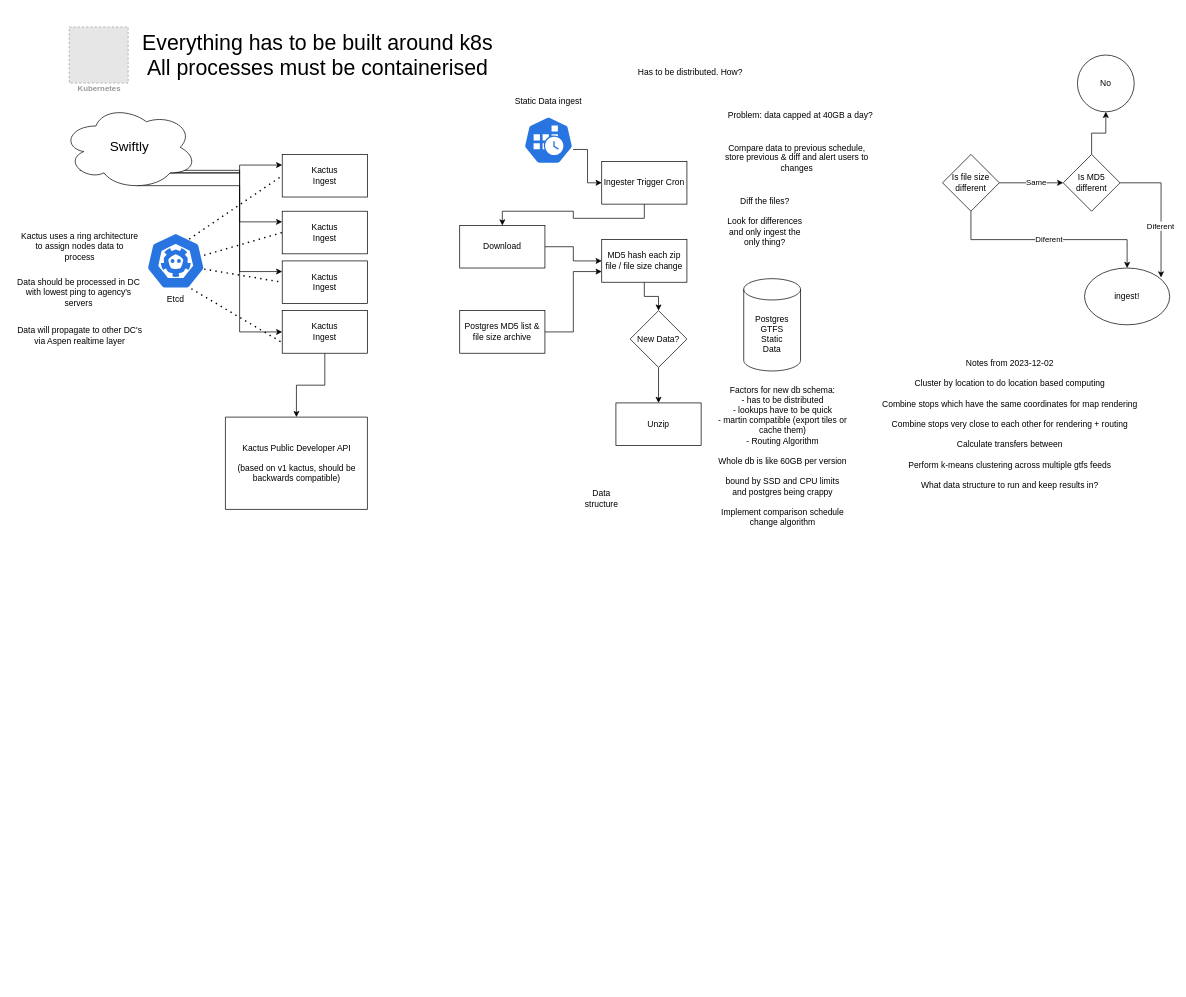
CatenaryMaps/documentation keeps this draw.io diagram as diagrams/New Catenary Architecture.drawio. Above is the earlier version. Source tidied: cells renumbered, new cells numbered last; positions are measured from the earlier drawing's top-left corner, leaving out a move shared by most shapes. Both pictures are drawn from the tidied source at 71%, with x=0, y=0 at pixel (12, 12). Pictures stored in the file or linked from it are replaced by grey dashed boxes.
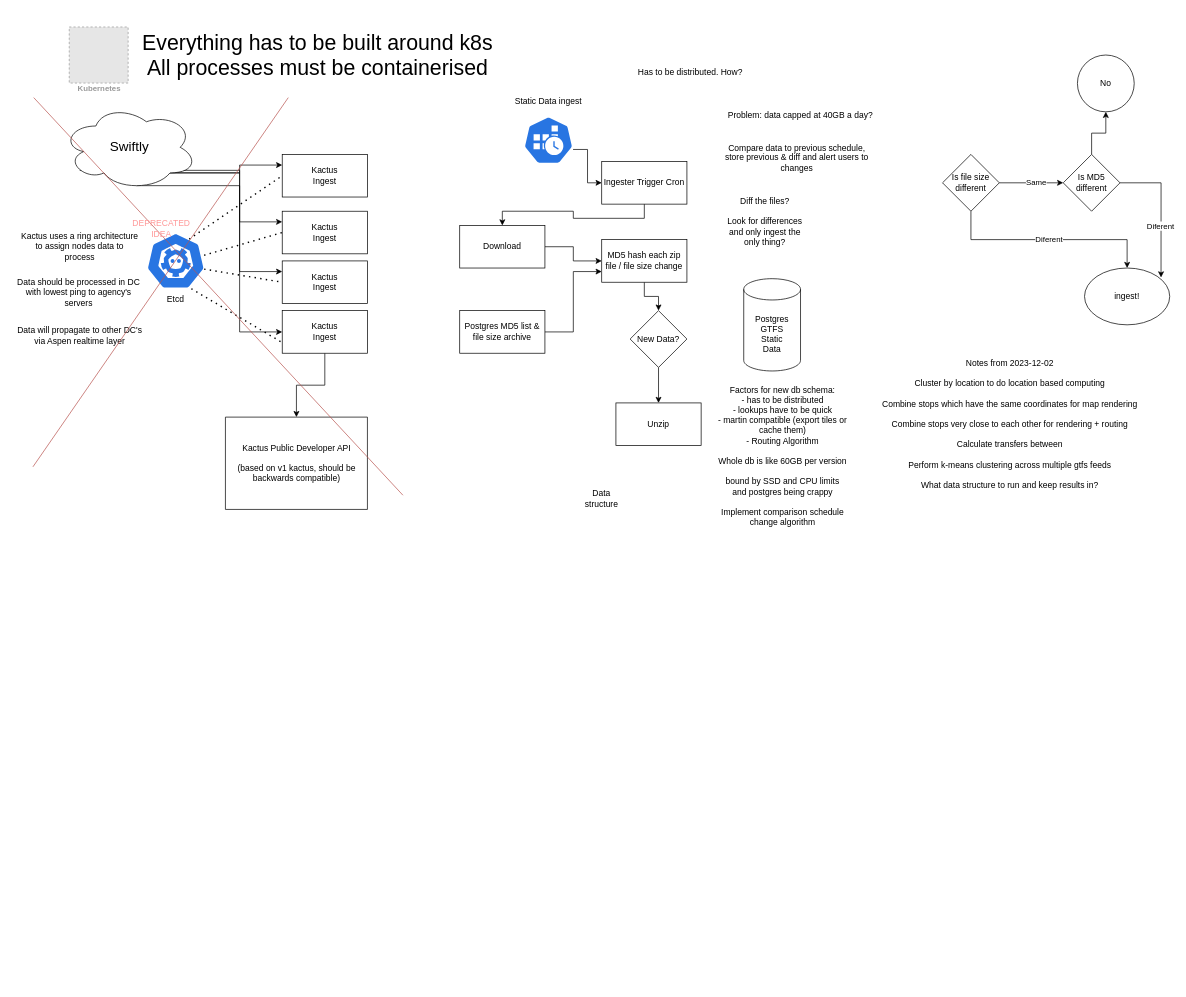
Above is the later version.

Unchanged cells that the change refers to:
```xml
<mxCell id="3" value="&lt;span style=&quot;font-size: 30px;&quot;&gt;Everything has to be built around k8s&lt;br&gt;All processes must be containerised&lt;br&gt;&lt;/span&gt;" style="text;html=1;strokeColor=none;fillColor=none;align=center;verticalAlign=middle;whiteSpace=wrap;rounded=0;" parent="1" vertex="1">
  <mxGeometry x="130" width="600" height="120" as="geometry" />
</mxCell>
```

Change to the diagram source:
```diff
@@
+    <mxCell id="57" style="endArrow=none;html=1;rounded=0;fillColor=#f8cecc;strokeColor=#b85450;" parent="1" edge="1" target="3">
+      <mxGeometry relative="1" as="geometry">
+        <mxPoint x="28.9" y="640" as="sourcePoint" />
+      </mxGeometry>
+    </mxCell>
+    <mxCell id="58" style="endArrow=none;html=1;rounded=0;fillColor=#f8cecc;strokeColor=#b85450;" parent="1" edge="1">
+      <mxGeometry relative="1" as="geometry">
+        <mxPoint x="30" y="120" as="sourcePoint" />
+        <mxPoint x="550" y="680" as="targetPoint" />
+      </mxGeometry>
+    </mxCell>
+    <mxCell id="59" value="&lt;font color=&quot;#ff9999&quot;&gt;DEPRECATED IDEA&lt;/font&gt;" style="text;html=1;strokeColor=none;fillColor=none;align=center;verticalAlign=middle;whiteSpace=wrap;rounded=0;" parent="1" vertex="1">
+      <mxGeometry x="180" y="290" width="60" height="30" as="geometry" />
+    </mxCell>
```
